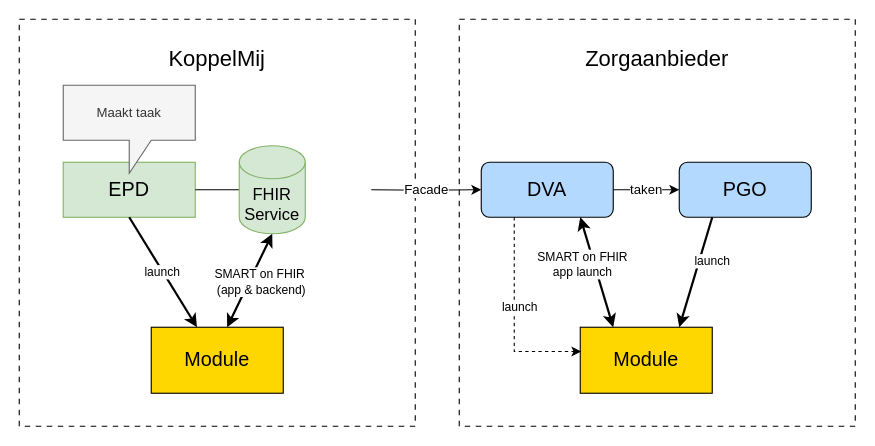
The draw.io diagram input/images/koppeltaal/optie3.drawio in KoppelMij/koppelmij-designs, before the edit. Source tidied: cells renumbered, new cells numbered last; positions are measured from the earlier drawing's top-left corner, leaving out a move shared by most shapes. Both pictures are drawn from the tidied source at 110%, with x=0, y=0 at pixel (19, 19).
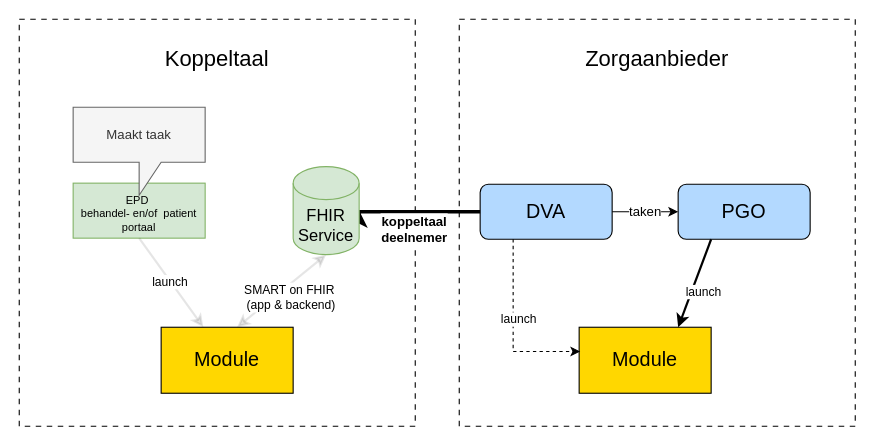
The same diagram, later.

Commit message (it also covers changes not shown here):
Update Option 5 in Koppeltaal Domeinen documentation

What changed in the source:
```diff
@@
-    <mxCell id="4" value="KoppelMij" style="text;html=1;strokeColor=none;fillColor=none;align=center;verticalAlign=middle;whiteSpace=wrap;rounded=0;fontSize=20;fontStyle=0;" parent="1" vertex="1">
+    <mxCell id="4" value="Koppeltaal" style="text;html=1;strokeColor=none;fillColor=none;align=center;verticalAlign=middle;whiteSpace=wrap;rounded=0;fontSize=20;fontStyle=0;" parent="1" vertex="1">
       <mxGeometry x="120" y="20" width="120" height="30" as="geometry" />
     </mxCell>
@@
-    <mxCell id="6" value="EPD" style="rounded=0;whiteSpace=wrap;html=1;fillColor=#d5e8d4;strokeColor=#82b366;fontSize=18;" parent="1" vertex="1">
-      <mxGeometry x="40" y="130" width="120" height="50" as="geometry" />
-    </mxCell>
-    <mxCell id="7" value="Module" style="rounded=0;whiteSpace=wrap;html=1;fillColor=#FFD700;strokeColor=#000000;fontSize=18;" parent="1" vertex="1">
-      <mxGeometry x="120" y="280" width="120" height="60" as="geometry" />
-    </mxCell>
-    <mxCell id="8" value="Facade" style="edgeStyle=orthogonalEdgeStyle;rounded=0;jettySize=auto;html=1;exitX=1;exitY=0.5;exitDx=0;exitDy=0;entryX=0;entryY=0.5;entryDx=0;entryDy=0;strokeColor=#000000;fontSize=12;" parent="1" edge="1" target="11">
-      <mxGeometry relative="1" as="geometry">
-        <mxPoint x="320" y="155" as="sourcePoint" />
-      </mxGeometry>
-    </mxCell>
@@
-    <mxCell id="10" value="Maakt taak" style="shape=callout;whiteSpace=wrap;html=1;perimeter=calloutPerimeter;fillColor=#f5f5f5;strokeColor=#666666;fontColor=#333333;" parent="1" vertex="1">
-      <mxGeometry x="40" y="60" width="120" height="80" as="geometry" />
-    </mxCell>
     <mxCell id="11" value="DVA" style="rounded=1;whiteSpace=wrap;html=1;fillColor=#B3D9FF;strokeColor=#000000;fontSize=18;arcSize=15;" parent="1" vertex="1">
-      <mxGeometry x="420" y="130" width="120" height="50" as="geometry" />
+      <mxGeometry x="419" y="150" width="120" height="50" as="geometry" />
     </mxCell>
     <mxCell id="12" value="PGO" style="rounded=1;whiteSpace=wrap;html=1;fillColor=#B3D9FF;strokeColor=#000000;fontSize=18;arcSize=15;" parent="1" vertex="1">
-      <mxGeometry x="600" y="130" width="120" height="50" as="geometry" />
+      <mxGeometry x="599" y="150" width="120" height="50" as="geometry" />
     </mxCell>
-    <mxCell id="13" value="Module" style="rounded=0;whiteSpace=wrap;html=1;fillColor=#FFD700;strokeColor=#000000;fontSize=18;" parent="1" vertex="1">
-      <mxGeometry x="510" y="280" width="120" height="60" as="geometry" />
-    </mxCell>
+    <mxCell id="22" value="Module" style="rounded=0;whiteSpace=wrap;html=1;fillColor=#FFD700;strokeColor=#000000;fontSize=18;" parent="1" vertex="1">
+      <mxGeometry x="509" y="280" width="120" height="60" as="geometry" />
+    </mxCell>
+    <mxCell id="23" value="&lt;b&gt;koppeltaal&lt;/b&gt;&lt;div&gt;&lt;b&gt;deelnemer&lt;/b&gt;&lt;/div&gt;" style="edgeStyle=elbowEdgeStyle;rounded=0;orthogonalLoop=1;jettySize=auto;html=1;entryX=0;entryY=0.5;entryDx=0;entryDy=0;strokeColor=#000000;fontSize=12;startArrow=classic;startFill=0;endArrow=none;strokeWidth=3;elbow=vertical;exitX=1;exitY=0.5;exitDx=0;exitDy=0;exitPerimeter=0;" parent="1" edge="1">
+      <mxGeometry x="-0.08" y="-16" relative="1" as="geometry">
+        <mxPoint x="309" y="174" as="sourcePoint" />
+        <mxPoint x="419" y="175" as="targetPoint" />
+      </mxGeometry>
+    </mxCell>
@@
-    <mxCell id="15" value="SMART on FHIR&lt;div&gt;app launch&lt;/div&gt;" style="rounded=0;jettySize=auto;html=1;exitX=0.75;exitY=1;exitDx=0;exitDy=0;entryX=0.25;entryY=0;entryDx=0;entryDy=0;strokeColor=#000000;strokeWidth=2;fontSize=11;startArrow=classic;startFill=1;" parent="1" edge="1" source="11" target="13">
-      <mxGeometry x="-0.2" y="-10" relative="1" as="geometry" />
-    </mxCell>
-    <mxCell id="16" value="launch" style="rounded=0;jettySize=auto;html=1;exitX=0.25;exitY=1;exitDx=0;exitDy=0;strokeColor=#000000;strokeWidth=2;fontSize=11;entryX=0.75;entryY=0;entryDx=0;entryDy=0;" parent="1" edge="1" source="12" target="13">
-      <mxGeometry x="-0.27" y="11" relative="1" as="geometry" />
+    <mxCell id="16" value="launch" style="rounded=0;jettySize=auto;html=1;exitX=0.25;exitY=1;exitDx=0;exitDy=0;strokeColor=#000000;strokeWidth=2;fontSize=11;entryX=0.75;entryY=0;entryDx=0;entryDy=0;" parent="1" edge="1" source="12" target="22">
+      <mxGeometry x="0.1" y="10" relative="1" as="geometry" />
     </mxCell>
-    <mxCell id="17" value="launch" style="rounded=0;jettySize=auto;html=1;exitX=0.25;exitY=1;exitDx=0;exitDy=0;entryX=0.008;entryY=0.367;entryDx=0;entryDy=0;strokeColor=#000000;dashed=1;dashPattern=3 3;fontSize=11;entryPerimeter=0;edgeStyle=orthogonalEdgeStyle;" parent="1" edge="1" source="11" target="13">
+    <mxCell id="17" value="launch" style="rounded=0;jettySize=auto;html=1;exitX=0.25;exitY=1;exitDx=0;exitDy=0;entryX=0.008;entryY=0.367;entryDx=0;entryDy=0;strokeColor=#000000;dashed=1;dashPattern=3 3;fontSize=11;entryPerimeter=0;edgeStyle=orthogonalEdgeStyle;" parent="1" edge="1" source="11" target="22">
       <mxGeometry x="-0.1" y="5" relative="1" as="geometry" />
     </mxCell>
-    <mxCell id="18" style="edgeStyle=orthogonalEdgeStyle;rounded=0;jettySize=auto;html=1;exitX=1;exitY=0.5;exitDx=0;exitDy=0;entryX=0;entryY=0.5;entryDx=0;entryDy=0;strokeColor=#000000;fontSize=12;endArrow=none;endFill=0;" parent="1" edge="1" source="6">
-      <mxGeometry relative="1" as="geometry">
-        <mxPoint x="200" y="155" as="targetPoint" />
-      </mxGeometry>
-    </mxCell>
+    <mxCell id="24" value="&lt;div style=&quot;line-height: 70%;&quot;&gt;&lt;font style=&quot;font-size: 10px; line-height: 70%;&quot;&gt;EPD&amp;nbsp;&lt;/font&gt;&lt;div&gt;&lt;font style=&quot;font-size: 10px; line-height: 70%;&quot;&gt;behandel- en/of&amp;nbsp; patient portaal&lt;/font&gt;&lt;/div&gt;&lt;/div&gt;" style="rounded=0;whiteSpace=wrap;html=1;fillColor=#d5e8d4;strokeColor=#82b366;fontSize=18;" parent="1" vertex="1">
+      <mxGeometry x="49" y="149" width="120" height="50" as="geometry" />
+    </mxCell>
+    <mxCell id="25" value="Module" style="rounded=0;whiteSpace=wrap;html=1;fillColor=#FFD700;strokeColor=#000000;fontSize=18;" parent="1" vertex="1">
+      <mxGeometry x="129" y="280" width="120" height="60" as="geometry" />
+    </mxCell>
+    <mxCell id="10" value="Maakt taak" style="shape=callout;whiteSpace=wrap;html=1;perimeter=calloutPerimeter;fillColor=#f5f5f5;strokeColor=#666666;fontColor=#333333;" parent="1" vertex="1">
+      <mxGeometry x="49" y="80" width="120" height="80" as="geometry" />
+    </mxCell>
-    <mxCell id="19" value="SMART on FHIR&amp;nbsp;&lt;div&gt;(app &amp;amp; backend)&lt;/div&gt;" style="rounded=0;jettySize=auto;html=1;entryX=0.575;entryY=0;entryDx=0;entryDy=0;strokeColor=#000000;strokeWidth=2;fontSize=11;startArrow=classic;startFill=1;entryPerimeter=0;exitX=0.5;exitY=1;exitDx=0;exitDy=0;exitPerimeter=0;" parent="1" edge="1" source="21" target="7">
+    <mxCell id="19" value="SMART on FHIR&amp;nbsp;&lt;div&gt;(app &amp;amp; backend)&lt;/div&gt;" style="rounded=0;jettySize=auto;html=1;entryX=0.575;entryY=0;entryDx=0;entryDy=0;strokeColor=#000000;strokeWidth=2;fontSize=11;startArrow=classic;startFill=1;entryPerimeter=0;exitX=0.5;exitY=1;exitDx=0;exitDy=0;exitPerimeter=0;opacity=10;" parent="1" edge="1" source="21" target="25">
       <mxGeometry x="-0.07" y="10" relative="1" as="geometry" />
     </mxCell>
-    <mxCell id="20" value="launch" style="rounded=0;jettySize=auto;html=1;exitX=0.5;exitY=1;exitDx=0;exitDy=0;strokeColor=#000000;strokeWidth=2;fontSize=11;" parent="1" edge="1" source="6" target="7">
+    <mxCell id="20" value="launch" style="rounded=0;jettySize=auto;html=1;exitX=0.5;exitY=1;exitDx=0;exitDy=0;strokeColor=#000000;strokeWidth=2;fontSize=11;opacity=10;" parent="1" edge="1" source="24" target="25">
       <mxGeometry x="-0.01" y="-1" relative="1" as="geometry" />
     </mxCell>
-    <mxCell id="21" value="&lt;span&gt;FHIR Service&lt;/span&gt;" style="shape=cylinder3;whiteSpace=wrap;html=1;boundedLbl=1;backgroundOutline=1;size=15;fillColor=#d5e8d4;strokeColor=#82b366;fontSize=15;" parent="1" vertex="1">
-      <mxGeometry x="200" y="115" width="60" height="80" as="geometry" />
+    <mxCell id="21" value="FHIR Service" style="shape=cylinder3;whiteSpace=wrap;html=1;boundedLbl=1;backgroundOutline=1;size=15;fillColor=#d5e8d4;strokeColor=#82b366;fontSize=15;" parent="1" vertex="1">
+      <mxGeometry x="249" y="134" width="60" height="80" as="geometry" />
     </mxCell>
```
